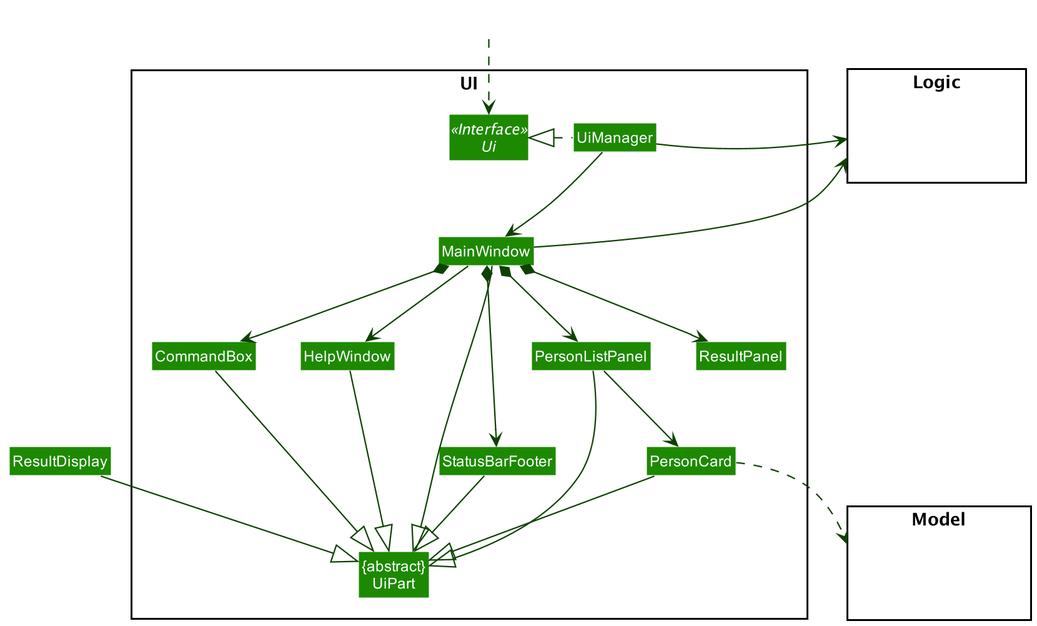
solkim-83/tp keeps this PlantUML diagram as docs/images/UiClassDiagram.png. Above is the earlier version.
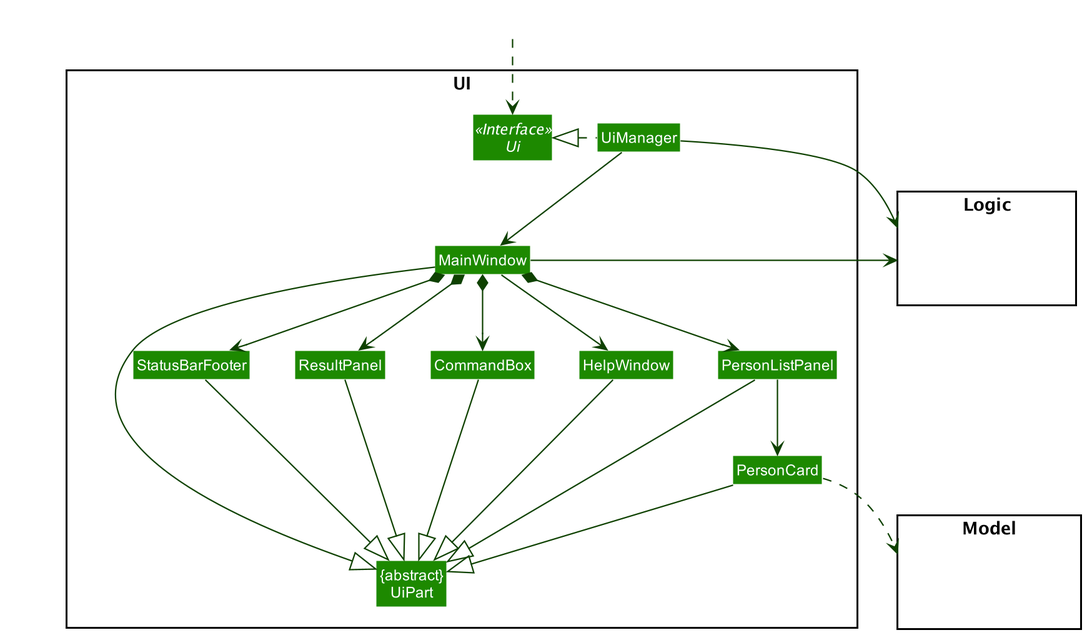
After the change.

Commit message:
Fix bug in Ui class diagram

What changed in the source:
```diff
@@ -40,7 +40,7 @@
 
 MainWindow -left-|> UiPart
 
-ResultDisplay --|> UiPart
+ResultPanel --|> UiPart
 CommandBox --|> UiPart
 PersonListPanel --|> UiPart
 PersonCard --|> UiPart
@@ -53,8 +53,8 @@
 
 PersonListPanel -[hidden]left- HelpWindow
 HelpWindow -[hidden]left- CommandBox
-CommandBox -[hidden]left- ResultDisplay
-ResultDisplay -[hidden]left- StatusBarFooter
+CommandBox -[hidden]left- ResultPanel
+ResultPanel -[hidden]left- StatusBarFooter
 
 MainWindow -[hidden]-|> UiPart
 @enduml
```
